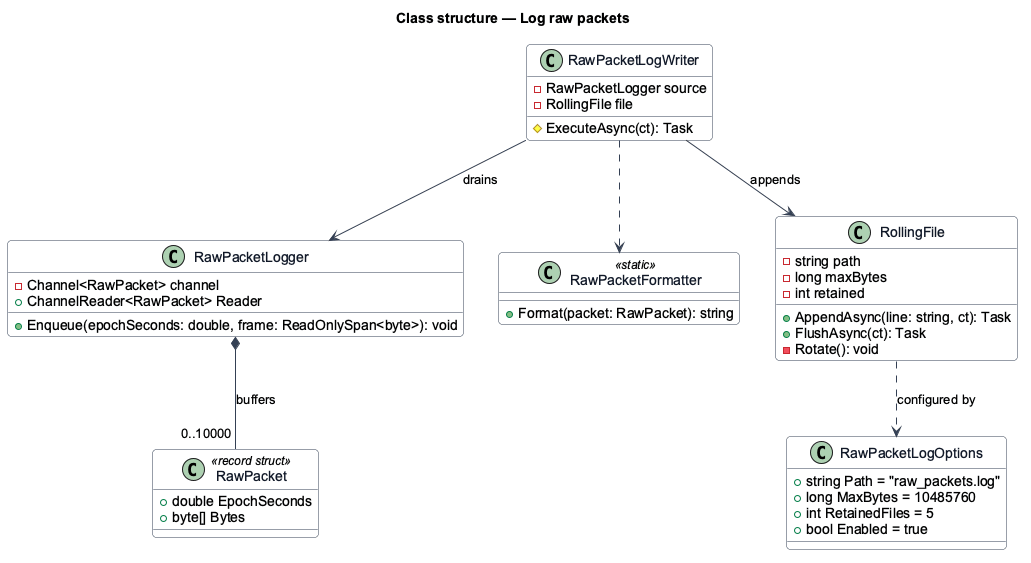
Before: docs/detailed-designs/telemetry/log-raw-packets/diagrams/class-structure.png, a diagram exported from PlantUML (QuinntyneBrown/ride-one). The source it was exported from:
```plantuml
@startuml
skinparam backgroundColor #FFFFFF
skinparam shadowing false
skinparam roundcorner 8
skinparam defaultFontName Arial
skinparam ArrowColor #344054
skinparam class {
  BorderColor #344054
  FontColor #101828
  BackgroundColor #F9FAFB
}
title Class structure — Log raw packets

class RawPacketLogger {
  -Channel<RawPacket> channel
  +Enqueue(epochSeconds: double, frame: ReadOnlySpan<byte>): void
  +ChannelReader<RawPacket> Reader
}
class RawPacket <<record struct>> {
  +double EpochSeconds
  +byte[] Bytes
}
class RawPacketLogWriter {
  -RawPacketLogger source
  -RollingFile file
  #ExecuteAsync(ct): Task
}
class RawPacketFormatter <<static>> {
  +Format(packet: RawPacket): string
}
class RollingFile {
  -string path
  -long maxBytes
  -int retained
  +AppendAsync(line: string, ct): Task
  +FlushAsync(ct): Task
  -Rotate(): void
}
class RawPacketLogOptions {
  +string Path = "raw_packets.log"
  +long MaxBytes = 10485760
  +int RetainedFiles = 5
  +bool Enabled = true
}

RawPacketLogger *-- "0..10000" RawPacket : buffers
RawPacketLogWriter --> RawPacketLogger : drains
RawPacketLogWriter --> RollingFile : appends
RawPacketLogWriter ..> RawPacketFormatter
RollingFile ..> RawPacketLogOptions : configured by
@enduml
```
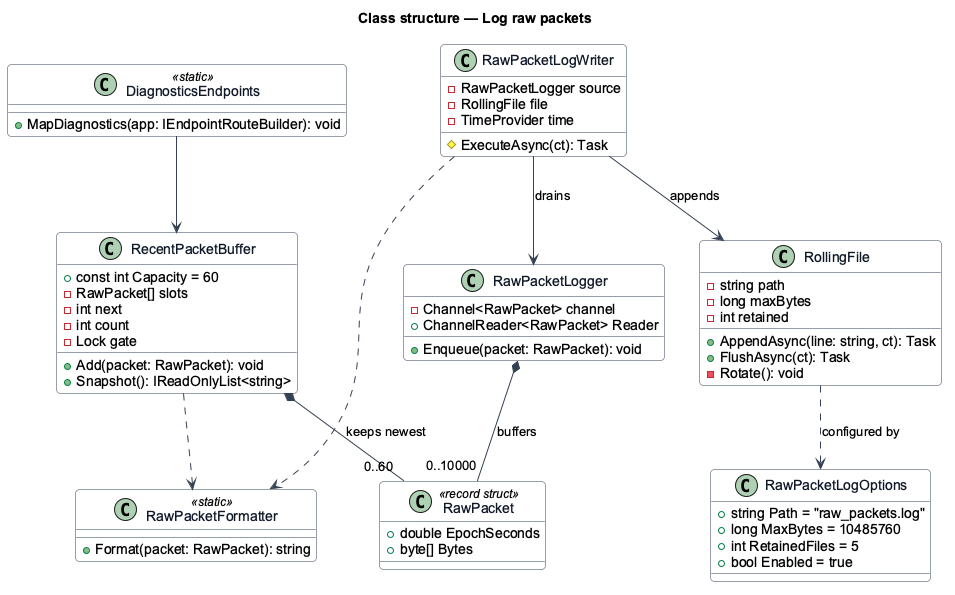
After the commit.

What changed in the source:
```diff
@@ -13,7 +13,7 @@
 
 class RawPacketLogger {
   -Channel<RawPacket> channel
-  +Enqueue(epochSeconds: double, frame: ReadOnlySpan<byte>): void
+  +Enqueue(packet: RawPacket): void
   +ChannelReader<RawPacket> Reader
 }
 class RawPacket <<record struct>> {
@@ -23,6 +23,7 @@
 class RawPacketLogWriter {
   -RawPacketLogger source
   -RollingFile file
+  -TimeProvider time
   #ExecuteAsync(ct): Task
 }
 class RawPacketFormatter <<static>> {
@@ -42,10 +43,25 @@
   +int RetainedFiles = 5
   +bool Enabled = true
 }
+class RecentPacketBuffer {
+  +const int Capacity = 60
+  -RawPacket[] slots
+  -int next
+  -int count
+  -Lock gate
+  +Add(packet: RawPacket): void
+  +Snapshot(): IReadOnlyList<string>
+}
+class DiagnosticsEndpoints <<static>> {
+  +MapDiagnostics(app: IEndpointRouteBuilder): void
+}
 
 RawPacketLogger *-- "0..10000" RawPacket : buffers
+RecentPacketBuffer *-- "0..60" RawPacket : keeps newest
 RawPacketLogWriter --> RawPacketLogger : drains
 RawPacketLogWriter --> RollingFile : appends
 RawPacketLogWriter ..> RawPacketFormatter
+RecentPacketBuffer ..> RawPacketFormatter
 RollingFile ..> RawPacketLogOptions : configured by
+DiagnosticsEndpoints --> RecentPacketBuffer
 @enduml
```
